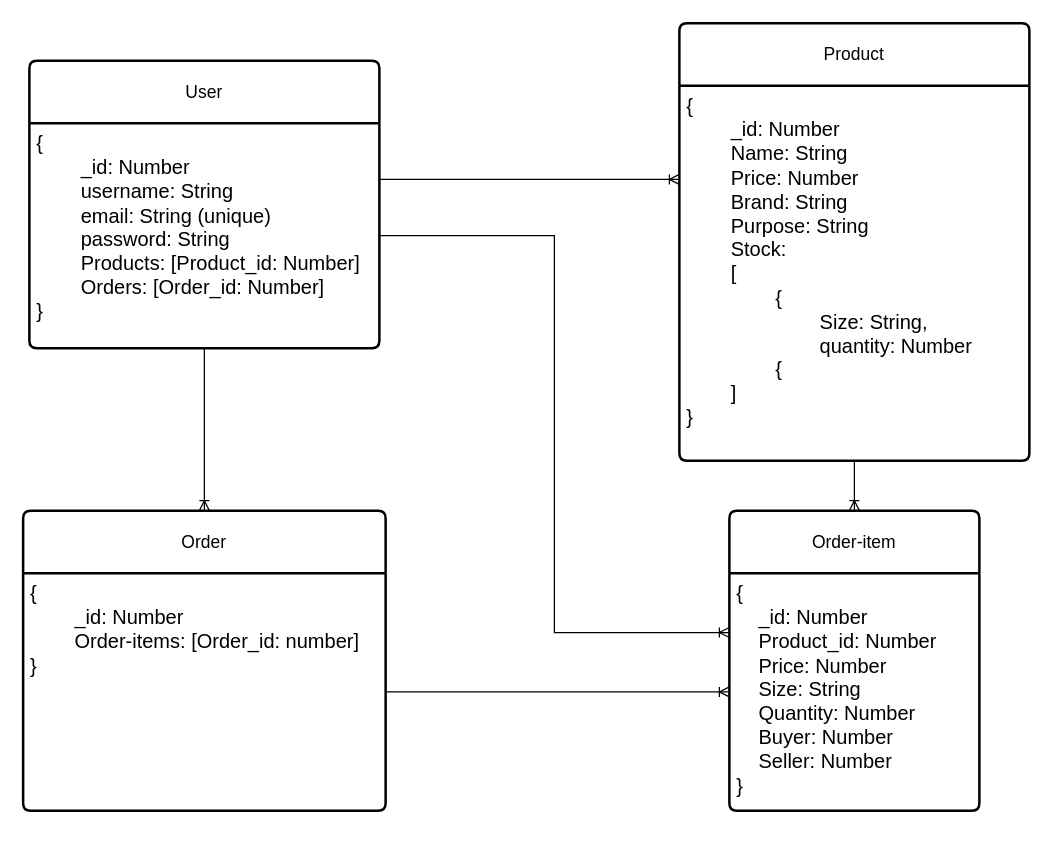
Above: zapatolibre.drawio in EmiLoKiJu/ZapatoLibre-Back-End (draw.io), before the change. Source tidied: cells renumbered, new cells numbered last; positions are measured from the earlier drawing's top-left corner, leaving out a move shared by most shapes. Both pictures are drawn from the tidied source at 125%, with x=0, y=0 at pixel (22, 22).
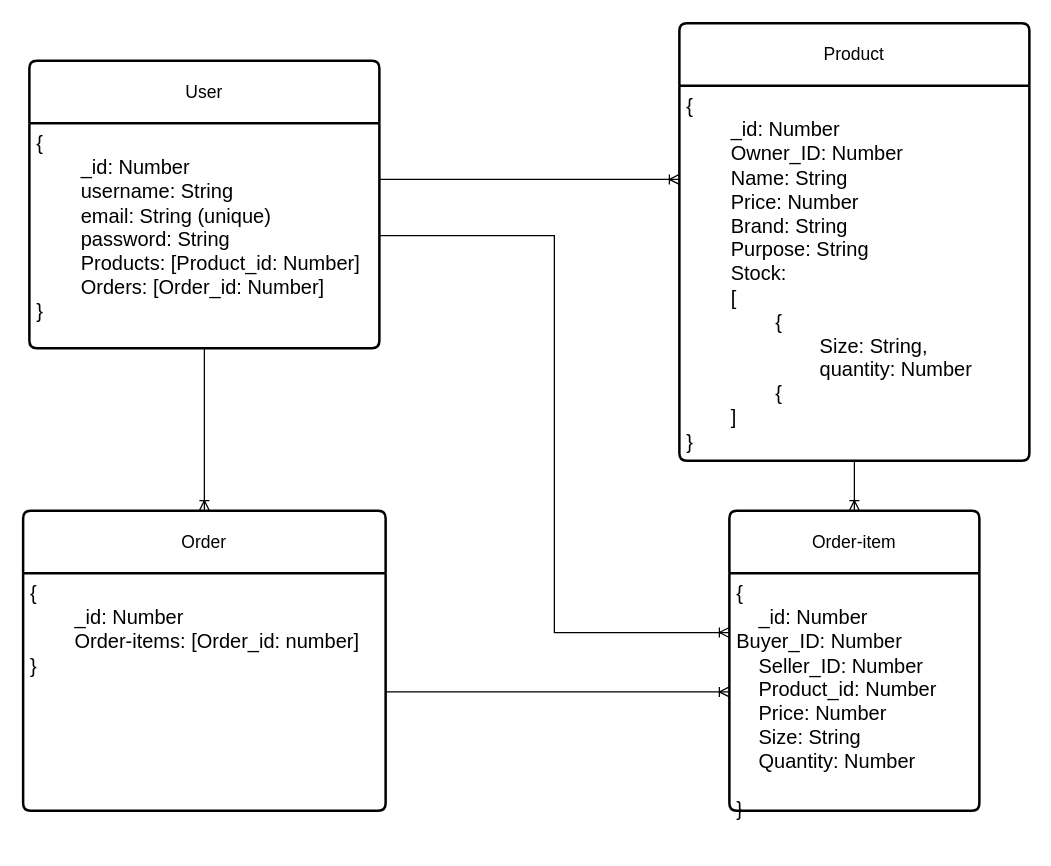
The same diagram, later.

Commit message (it also covers changes not shown here):
Update diagram, update orderItemController

What changed in the source:
```diff
@@
 <mxGraphModel>
   <root>
     <mxCell id="0" />
     <mxCell id="1" parent="0" />
     <mxCell id="2" value="User" style="swimlane;horizontal=1;startSize=50;rounded=1;fontSize=14;fontStyle=0;strokeWidth=2;shadow=0;dashed=0;align=center;arcSize=4;whiteSpace=wrap;html=1;" parent="1" vertex="1">
       <mxGeometry x="5" y="30" width="280" height="230" as="geometry" />
     </mxCell>
     <mxCell id="3" value="&lt;div style=&quot;font-size: 16px;&quot;&gt;&lt;span style=&quot;background-color: initial;&quot;&gt;&lt;font style=&quot;font-size: 16px;&quot;&gt;{&lt;/font&gt;&lt;/span&gt;&lt;/div&gt;&lt;div style=&quot;font-size: 16px;&quot;&gt;&lt;span style=&quot;background-color: initial;&quot;&gt;&lt;font style=&quot;font-size: 16px;&quot;&gt;&lt;span style=&quot;white-space: pre;&quot;&gt;&#9;&lt;/span&gt;_id: Number&lt;/font&gt;&lt;/span&gt;&lt;/div&gt;&lt;div style=&quot;font-size: 16px;&quot;&gt;&lt;span style=&quot;background-color: initial;&quot;&gt;&lt;font style=&quot;font-size: 16px;&quot;&gt;&lt;span style=&quot;white-space: pre;&quot;&gt;&#9;&lt;/span&gt;username: String&lt;br&gt;&lt;/font&gt;&lt;/span&gt;&lt;/div&gt;&lt;div style=&quot;font-size: 16px;&quot;&gt;&lt;span style=&quot;background-color: initial;&quot;&gt;&lt;font style=&quot;font-size: 16px;&quot;&gt;&lt;span style=&quot;white-space: pre;&quot;&gt;&#9;&lt;/span&gt;email: String (unique)&lt;br&gt;&lt;/font&gt;&lt;/span&gt;&lt;/div&gt;&lt;div style=&quot;font-size: 16px;&quot;&gt;&lt;/div&gt;&lt;div style=&quot;font-size: 16px;&quot;&gt;&lt;span style=&quot;background-color: initial;&quot;&gt;&lt;font style=&quot;font-size: 16px;&quot;&gt;&lt;span style=&quot;white-space: pre;&quot;&gt;&#9;&lt;/span&gt;password: String&lt;/font&gt;&lt;/span&gt;&lt;/div&gt;&lt;div style=&quot;font-size: 16px;&quot;&gt;&lt;span style=&quot;background-color: initial;&quot;&gt;&lt;font style=&quot;font-size: 16px;&quot;&gt;&lt;span style=&quot;white-space: pre;&quot;&gt;&#9;&lt;/span&gt;Products: [Product_id: Number]&lt;br&gt;&lt;/font&gt;&lt;/span&gt;&lt;/div&gt;&lt;div style=&quot;font-size: 16px;&quot;&gt;&lt;span style=&quot;background-color: initial;&quot;&gt;&lt;font style=&quot;font-size: 16px;&quot;&gt;&lt;span style=&quot;white-space: pre;&quot;&gt;&#9;&lt;/span&gt;Orders: [Order_id: Number]&lt;br&gt;&lt;/font&gt;&lt;/span&gt;&lt;/div&gt;&lt;div style=&quot;font-size: 16px;&quot;&gt;&lt;span style=&quot;background-color: initial;&quot;&gt;&lt;font style=&quot;font-size: 16px;&quot;&gt;}&lt;/font&gt;&lt;/span&gt;&lt;/div&gt;&lt;div style=&quot;font-size: 16px;&quot;&gt;&lt;br&gt;&lt;/div&gt;" style="align=left;strokeColor=none;fillColor=none;spacingLeft=4;fontSize=12;verticalAlign=top;html=1;" parent="2" vertex="1">
       <mxGeometry y="50" width="280" height="180" as="geometry" />
     </mxCell>
     <mxCell id="4" value="Product" style="swimlane;horizontal=1;startSize=50;rounded=1;fontSize=14;fontStyle=0;strokeWidth=2;shadow=0;dashed=0;align=center;arcSize=4;whiteSpace=wrap;html=1;" parent="1" vertex="1">
       <mxGeometry x="525" width="280" height="350" as="geometry" />
     </mxCell>
-    <mxCell id="5" value="&lt;font style=&quot;font-size: 16px;&quot;&gt;{&lt;br&gt;&lt;span style=&quot;white-space: pre;&quot;&gt;&#9;&lt;/span&gt;_id: Number&lt;br&gt;&lt;span style=&quot;white-space: pre;&quot;&gt;&#9;&lt;/span&gt;Name: String&lt;br&gt;&lt;span style=&quot;white-space: pre;&quot;&gt;&#9;&lt;/span&gt;Price: Number&lt;br&gt;&lt;span style=&quot;white-space: pre;&quot;&gt;&#9;&lt;/span&gt;Brand: String&lt;br&gt;&lt;span style=&quot;white-space: pre;&quot;&gt;&#9;&lt;/span&gt;Purpose: String&lt;br&gt;&lt;span style=&quot;white-space: pre;&quot;&gt;&#9;&lt;/span&gt;Stock: &lt;span style=&quot;white-space: pre;&quot;&gt;&#9;&lt;/span&gt;&lt;br&gt;&lt;span style=&quot;white-space: pre;&quot;&gt;&#9;&lt;/span&gt;[&lt;br&gt;&lt;span style=&quot;white-space: pre;&quot;&gt;&#9;&lt;/span&gt;&lt;span style=&quot;white-space: pre;&quot;&gt;&#9;&lt;/span&gt;{&lt;br&gt;&lt;span style=&quot;white-space: pre;&quot;&gt;&#9;&lt;/span&gt;&lt;span style=&quot;white-space: pre;&quot;&gt;&#9;&lt;/span&gt;&lt;span style=&quot;white-space: pre;&quot;&gt;&#9;&lt;/span&gt;Size: String, &lt;br&gt;&lt;span style=&quot;white-space: pre;&quot;&gt;&#9;&lt;/span&gt;&lt;span style=&quot;white-space: pre;&quot;&gt;&#9;&lt;span style=&quot;white-space: pre;&quot;&gt;&#9;&lt;/span&gt;&lt;/span&gt;quantity: Number&lt;br&gt;&lt;span style=&quot;white-space: pre;&quot;&gt;&#9;&lt;/span&gt;&lt;span style=&quot;white-space: pre;&quot;&gt;&#9;&lt;/span&gt;{&lt;br&gt;&lt;span style=&quot;white-space: pre;&quot;&gt;&#9;&lt;/span&gt;]&lt;br&gt;}&lt;br&gt;&lt;span style=&quot;white-space: pre;&quot;&gt;&#9;&lt;/span&gt;&lt;br&gt;&lt;/font&gt;" style="align=left;strokeColor=none;fillColor=none;spacingLeft=4;fontSize=12;verticalAlign=top;html=1;" parent="4" vertex="1">
+    <mxCell id="5" value="&lt;font style=&quot;font-size: 16px;&quot;&gt;{&lt;br&gt;&lt;span style=&quot;white-space: pre;&quot;&gt;&#9;&lt;/span&gt;_id: Number&lt;br&gt;&lt;span style=&quot;white-space: pre;&quot;&gt;&#9;&lt;/span&gt;Owner_ID: Number&lt;br&gt;&lt;span style=&quot;white-space: pre;&quot;&gt;&#9;&lt;/span&gt;Name: String&lt;br&gt;&lt;span style=&quot;white-space: pre;&quot;&gt;&#9;&lt;/span&gt;Price: Number&lt;br&gt;&lt;span style=&quot;white-space: pre;&quot;&gt;&#9;&lt;/span&gt;Brand: String&lt;br&gt;&lt;span style=&quot;white-space: pre;&quot;&gt;&#9;&lt;/span&gt;Purpose: String&lt;br&gt;&lt;span style=&quot;white-space: pre;&quot;&gt;&#9;&lt;/span&gt;Stock: &lt;span style=&quot;white-space: pre;&quot;&gt;&#9;&lt;/span&gt;&lt;br&gt;&lt;span style=&quot;white-space: pre;&quot;&gt;&#9;&lt;/span&gt;[&lt;br&gt;&lt;span style=&quot;white-space: pre;&quot;&gt;&#9;&lt;/span&gt;&lt;span style=&quot;white-space: pre;&quot;&gt;&#9;&lt;/span&gt;{&lt;br&gt;&lt;span style=&quot;white-space: pre;&quot;&gt;&#9;&lt;/span&gt;&lt;span style=&quot;white-space: pre;&quot;&gt;&#9;&lt;/span&gt;&lt;span style=&quot;white-space: pre;&quot;&gt;&#9;&lt;/span&gt;Size: String, &lt;br&gt;&lt;span style=&quot;white-space: pre;&quot;&gt;&#9;&lt;/span&gt;&lt;span style=&quot;white-space: pre;&quot;&gt;&#9;&lt;span style=&quot;white-space: pre;&quot;&gt;&#9;&lt;/span&gt;&lt;/span&gt;quantity: Number&lt;br&gt;&lt;span style=&quot;white-space: pre;&quot;&gt;&#9;&lt;/span&gt;&lt;span style=&quot;white-space: pre;&quot;&gt;&#9;&lt;/span&gt;{&lt;br&gt;&lt;span style=&quot;white-space: pre;&quot;&gt;&#9;&lt;/span&gt;]&lt;br&gt;}&lt;br&gt;&lt;span style=&quot;white-space: pre;&quot;&gt;&#9;&lt;/span&gt;&lt;br&gt;&lt;/font&gt;" style="align=left;strokeColor=none;fillColor=none;spacingLeft=4;fontSize=12;verticalAlign=top;html=1;" parent="4" vertex="1">
       <mxGeometry y="50" width="280" height="300" as="geometry" />
     </mxCell>
     <mxCell id="6" style="edgeStyle=orthogonalEdgeStyle;rounded=0;jettySize=auto;html=1;exitX=1;exitY=0.25;exitDx=0;exitDy=0;entryX=0;entryY=0.25;entryDx=0;entryDy=0;endArrow=ERoneToMany;endFill=0;" parent="1" edge="1" source="3" target="5">
       <mxGeometry relative="1" as="geometry" />
     </mxCell>
     <mxCell id="7" value="Order-item" style="swimlane;horizontal=1;startSize=50;rounded=1;fontSize=14;fontStyle=0;strokeWidth=2;shadow=0;dashed=0;align=center;arcSize=4;whiteSpace=wrap;html=1;" parent="1" vertex="1">
       <mxGeometry x="565" y="390" width="200" height="240" as="geometry" />
     </mxCell>
-    <mxCell id="8" value="&lt;font style=&quot;font-size: 16px;&quot;&gt;{&lt;br&gt;&lt;span style=&quot;&quot;&gt;&lt;span style=&quot;white-space: pre;&quot;&gt;&amp;nbsp;&amp;nbsp;&amp;nbsp;&amp;nbsp;&lt;/span&gt;&lt;/span&gt;_id: Number&lt;br&gt;&lt;span style=&quot;&quot;&gt;&lt;span style=&quot;white-space: pre;&quot;&gt;&amp;nbsp;&amp;nbsp;&amp;nbsp;&amp;nbsp;&lt;/span&gt;&lt;/span&gt;Product_id: Number&lt;br&gt;&lt;span style=&quot;&quot;&gt;&lt;span style=&quot;white-space: pre;&quot;&gt;&amp;nbsp;&amp;nbsp;&amp;nbsp;&amp;nbsp;&lt;/span&gt;&lt;/span&gt;Price: Number&lt;br&gt;&lt;span style=&quot;&quot;&gt;&lt;span style=&quot;white-space: pre;&quot;&gt;&amp;nbsp;&amp;nbsp;&amp;nbsp;&amp;nbsp;&lt;/span&gt;&lt;/span&gt;Size: String&lt;br&gt;&lt;span style=&quot;&quot;&gt;&lt;span style=&quot;white-space: pre;&quot;&gt;&amp;nbsp;&amp;nbsp;&amp;nbsp;&amp;nbsp;&lt;/span&gt;&lt;/span&gt;Quantity: Number&lt;br&gt;&lt;span style=&quot;&quot;&gt;&lt;span style=&quot;white-space: pre;&quot;&gt;&amp;nbsp;&amp;nbsp;&amp;nbsp;&amp;nbsp;&lt;/span&gt;&lt;/span&gt;Buyer: Number&lt;br style=&quot;border-color: var(--border-color);&quot;&gt;&lt;span style=&quot;white-space: pre;&quot;&gt;&amp;nbsp;&amp;nbsp;&amp;nbsp;&amp;nbsp;&lt;/span&gt;Seller: Number&lt;br&gt;}&lt;br&gt;&lt;span style=&quot;&quot;&gt;&lt;span style=&quot;white-space: pre;&quot;&gt;&amp;nbsp;&amp;nbsp;&amp;nbsp;&amp;nbsp;&lt;/span&gt;&lt;/span&gt;&lt;br&gt;&lt;/font&gt;" style="align=left;strokeColor=none;fillColor=none;spacingLeft=4;fontSize=12;verticalAlign=top;html=1;" parent="7" vertex="1">
+    <mxCell id="8" value="&lt;font style=&quot;font-size: 16px;&quot;&gt;{&lt;br&gt;&lt;span style=&quot;&quot;&gt;&lt;span style=&quot;&quot;&gt;&amp;nbsp;&amp;nbsp;&amp;nbsp;&amp;nbsp;&lt;/span&gt;&lt;/span&gt;_id: Number&lt;br&gt;Buyer_ID: Number&lt;br style=&quot;border-color: var(--border-color);&quot;&gt;&amp;nbsp;&amp;nbsp;&amp;nbsp;&amp;nbsp;Seller_ID: Number&lt;br&gt;&lt;span style=&quot;&quot;&gt;&lt;span style=&quot;&quot;&gt;&amp;nbsp;&amp;nbsp;&amp;nbsp;&amp;nbsp;&lt;/span&gt;&lt;/span&gt;Product_id: Number&lt;br&gt;&lt;span style=&quot;&quot;&gt;&lt;span style=&quot;&quot;&gt;&amp;nbsp;&amp;nbsp;&amp;nbsp;&amp;nbsp;&lt;/span&gt;&lt;/span&gt;Price: Number&lt;br&gt;&lt;span style=&quot;&quot;&gt;&lt;span style=&quot;&quot;&gt;&amp;nbsp;&amp;nbsp;&amp;nbsp;&amp;nbsp;&lt;/span&gt;&lt;/span&gt;Size: String&lt;br&gt;&lt;span style=&quot;&quot;&gt;&lt;span style=&quot;&quot;&gt;&amp;nbsp;&amp;nbsp;&amp;nbsp;&amp;nbsp;&lt;/span&gt;&lt;/span&gt;Quantity: Number&lt;br&gt;&lt;span style=&quot;&quot;&gt;&lt;span style=&quot;&quot;&gt;&amp;nbsp;&amp;nbsp;&amp;nbsp;&amp;nbsp;&lt;/span&gt;&lt;/span&gt;&lt;br&gt;}&lt;br&gt;&lt;span style=&quot;&quot;&gt;&lt;span style=&quot;&quot;&gt;&amp;nbsp;&amp;nbsp;&amp;nbsp;&amp;nbsp;&lt;/span&gt;&lt;/span&gt;&lt;br&gt;&lt;/font&gt;" style="align=left;strokeColor=none;fillColor=none;spacingLeft=4;fontSize=12;verticalAlign=top;html=1;" parent="7" vertex="1">
       <mxGeometry y="50" width="200" height="190" as="geometry" />
     </mxCell>
     <mxCell id="9" style="edgeStyle=orthogonalEdgeStyle;rounded=0;jettySize=auto;html=1;exitX=1;exitY=0.5;exitDx=0;exitDy=0;entryX=0;entryY=0.25;entryDx=0;entryDy=0;endArrow=ERoneToMany;endFill=0;" parent="1" edge="1" source="3" target="8">
       <mxGeometry relative="1" as="geometry" />
     </mxCell>
     <mxCell id="10" style="edgeStyle=orthogonalEdgeStyle;rounded=0;jettySize=auto;html=1;exitX=0.5;exitY=1;exitDx=0;exitDy=0;entryX=0.5;entryY=0;entryDx=0;entryDy=0;endArrow=ERoneToMany;endFill=0;startArrow=none;startFill=0;" parent="1" edge="1" source="5" target="7">
       <mxGeometry relative="1" as="geometry" />
     </mxCell>
     <mxCell id="11" value="Order" style="swimlane;horizontal=1;startSize=50;rounded=1;fontSize=14;fontStyle=0;strokeWidth=2;shadow=0;dashed=0;align=center;arcSize=4;whiteSpace=wrap;html=1;" parent="1" vertex="1">
       <mxGeometry y="390" width="290" height="240" as="geometry" />
     </mxCell>
     <mxCell id="12" value="&lt;font style=&quot;font-size: 16px;&quot;&gt;{&lt;br&gt;&lt;span style=&quot;white-space: pre;&quot;&gt;&#9;&lt;/span&gt;_id: Number&lt;br&gt;&lt;span style=&quot;white-space: pre;&quot;&gt;&#9;&lt;/span&gt;Order-items: [Order_id: number]&lt;br&gt;}&lt;br&gt;&lt;span style=&quot;white-space: pre;&quot;&gt;&#9;&lt;/span&gt;&lt;br&gt;&lt;/font&gt;" style="align=left;strokeColor=none;fillColor=none;spacingLeft=4;fontSize=12;verticalAlign=top;html=1;" parent="11" vertex="1">
       <mxGeometry y="50" width="290" height="190" as="geometry" />
     </mxCell>
     <mxCell id="13" style="edgeStyle=orthogonalEdgeStyle;rounded=0;jettySize=auto;html=1;exitX=1;exitY=0.5;exitDx=0;exitDy=0;entryX=0;entryY=0.5;entryDx=0;entryDy=0;endArrow=ERoneToMany;endFill=0;" parent="1" edge="1" source="12" target="8">
       <mxGeometry relative="1" as="geometry" />
     </mxCell>
     <mxCell id="14" style="edgeStyle=orthogonalEdgeStyle;rounded=0;jettySize=auto;html=1;exitX=0.5;exitY=1;exitDx=0;exitDy=0;entryX=0.5;entryY=0;entryDx=0;entryDy=0;endArrow=ERoneToMany;endFill=0;" parent="1" edge="1" source="3" target="11">
       <mxGeometry relative="1" as="geometry" />
     </mxCell>
   </root>
 </mxGraphModel>
```
